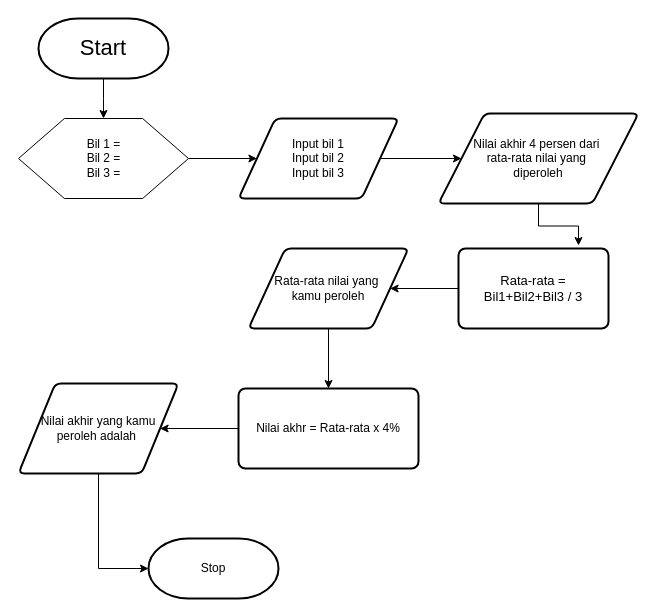
This is Untitled Diagram.drawio from Dandyrachmad033/Project-001, a draw.io file, before an edit. Source tidied: cells renumbered, new cells numbered last; positions are measured from the earlier drawing's top-left corner, leaving out a move shared by most shapes. Both pictures are drawn from the tidied source at 100%, with x=0, y=0 at pixel (18, 18).
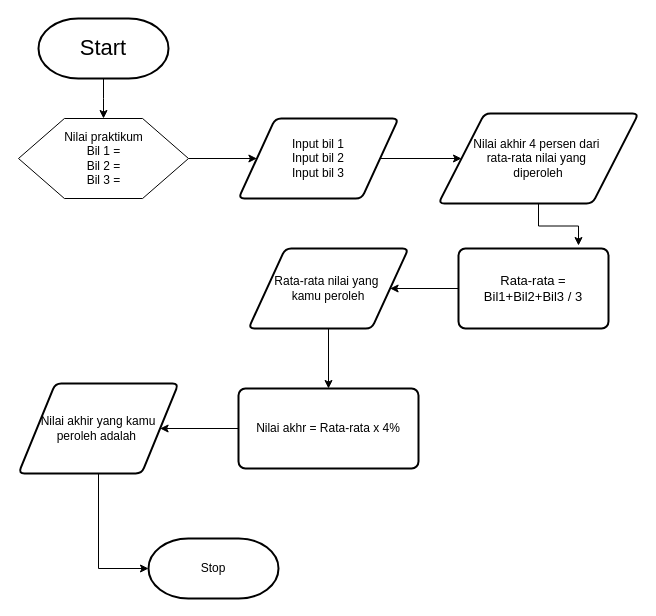
After the change.

Commit message:
penambahan Nilai praktikum

Diff of the diagram source:
```diff
@@
 <mxGraphModel>
   <root>
     <mxCell id="0" />
     <mxCell id="1" parent="0" />
     <mxCell id="2" style="edgeStyle=orthogonalEdgeStyle;rounded=0;jettySize=auto;html=1;" parent="1" edge="1" source="3">
       <mxGeometry relative="1" as="geometry">
         <mxPoint x="85" y="100" as="targetPoint" />
       </mxGeometry>
     </mxCell>
     <mxCell id="3" value="&lt;font style=&quot;font-size: 22px&quot;&gt;Start&lt;/font&gt;" style="strokeWidth=2;html=1;shape=mxgraph.flowchart.terminator;whiteSpace=wrap;" parent="1" vertex="1">
       <mxGeometry x="20" width="130" height="60" as="geometry" />
     </mxCell>
     <mxCell id="4" style="edgeStyle=orthogonalEdgeStyle;rounded=0;jettySize=auto;html=1;entryX=0;entryY=0.5;entryDx=0;entryDy=0;" parent="1" edge="1" source="5" target="7">
       <mxGeometry relative="1" as="geometry" />
     </mxCell>
-    <mxCell id="5" value="Bil 1 =&lt;br&gt;Bil 2 =&lt;br&gt;Bil 3 =" style="verticalLabelPosition=middle;verticalAlign=middle;html=1;shape=hexagon;perimeter=hexagonPerimeter2;arcSize=6;size=0.27;labelPosition=center;align=center;" parent="1" vertex="1">
+    <mxCell id="5" value="Nilai praktikum&lt;br&gt;Bil 1 =&lt;br&gt;Bil 2 =&lt;br&gt;Bil 3 =" style="verticalLabelPosition=middle;verticalAlign=middle;html=1;shape=hexagon;perimeter=hexagonPerimeter2;arcSize=6;size=0.27;labelPosition=center;align=center;" parent="1" vertex="1">
       <mxGeometry y="100" width="170" height="80" as="geometry" />
     </mxCell>
     <mxCell id="6" style="edgeStyle=orthogonalEdgeStyle;rounded=0;jettySize=auto;html=1;" parent="1" edge="1" source="7" target="9">
       <mxGeometry relative="1" as="geometry" />
     </mxCell>
     <mxCell id="7" value="Input bil 1&lt;br&gt;Input bil 2&lt;br&gt;Input bil 3" style="shape=parallelogram;html=1;strokeWidth=2;perimeter=parallelogramPerimeter;whiteSpace=wrap;rounded=1;arcSize=12;size=0.23;" parent="1" vertex="1">
       <mxGeometry x="220" y="100" width="160" height="80" as="geometry" />
     </mxCell>
     <mxCell id="8" style="edgeStyle=orthogonalEdgeStyle;rounded=0;jettySize=auto;html=1;entryX=0.8;entryY=-0.037;entryDx=0;entryDy=0;entryPerimeter=0;" parent="1" edge="1" source="9" target="11">
       <mxGeometry relative="1" as="geometry" />
     </mxCell>
     <mxCell id="9" value="Nilai akhir 4 persen dari&amp;nbsp;&lt;br&gt;rata-rata nilai yang&amp;nbsp;&lt;br&gt;diperoleh" style="shape=parallelogram;html=1;strokeWidth=2;perimeter=parallelogramPerimeter;whiteSpace=wrap;rounded=1;arcSize=12;size=0.23;" parent="1" vertex="1">
       <mxGeometry x="420" y="95" width="200" height="90" as="geometry" />
     </mxCell>
     <mxCell id="10" style="edgeStyle=orthogonalEdgeStyle;rounded=0;jettySize=auto;html=1;" parent="1" edge="1" source="11" target="13">
       <mxGeometry relative="1" as="geometry" />
     </mxCell>
     <mxCell id="11" value="&lt;font style=&quot;font-size: 13px&quot;&gt;Rata-rata = Bil1+Bil2+Bil3 / 3&lt;/font&gt;" style="rounded=1;whiteSpace=wrap;html=1;absoluteArcSize=1;arcSize=14;strokeWidth=2;" parent="1" vertex="1">
       <mxGeometry x="440" y="230" width="150" height="80" as="geometry" />
     </mxCell>
     <mxCell id="12" style="edgeStyle=orthogonalEdgeStyle;rounded=0;jettySize=auto;html=1;" parent="1" edge="1" source="13" target="15">
       <mxGeometry relative="1" as="geometry" />
     </mxCell>
     <mxCell id="13" value="Rata-rata nilai yang&amp;nbsp;&lt;br&gt;kamu peroleh" style="shape=parallelogram;html=1;strokeWidth=2;perimeter=parallelogramPerimeter;whiteSpace=wrap;rounded=1;arcSize=12;size=0.23;" parent="1" vertex="1">
       <mxGeometry x="230" y="230" width="160" height="80" as="geometry" />
     </mxCell>
     <mxCell id="14" style="edgeStyle=orthogonalEdgeStyle;rounded=0;jettySize=auto;html=1;" parent="1" edge="1" source="15" target="17">
       <mxGeometry relative="1" as="geometry" />
     </mxCell>
     <mxCell id="15" value="Nilai akhr = Rata-rata x 4%" style="rounded=1;whiteSpace=wrap;html=1;absoluteArcSize=1;arcSize=14;strokeWidth=2;" parent="1" vertex="1">
       <mxGeometry x="220" y="370" width="180" height="80" as="geometry" />
     </mxCell>
     <mxCell id="16" style="edgeStyle=orthogonalEdgeStyle;rounded=0;jettySize=auto;html=1;entryX=0;entryY=0.5;entryDx=0;entryDy=0;entryPerimeter=0;" parent="1" edge="1" source="17" target="18">
       <mxGeometry relative="1" as="geometry" />
     </mxCell>
     <mxCell id="17" value="Nilai akhir yang kamu peroleh adalah&amp;nbsp;" style="shape=parallelogram;html=1;strokeWidth=2;perimeter=parallelogramPerimeter;whiteSpace=wrap;rounded=1;arcSize=12;size=0.23;" parent="1" vertex="1">
       <mxGeometry y="365" width="160" height="90" as="geometry" />
     </mxCell>
     <mxCell id="18" value="Stop" style="strokeWidth=2;html=1;shape=mxgraph.flowchart.terminator;whiteSpace=wrap;" parent="1" vertex="1">
       <mxGeometry x="130" y="520" width="130" height="60" as="geometry" />
     </mxCell>
   </root>
 </mxGraphModel>
```
